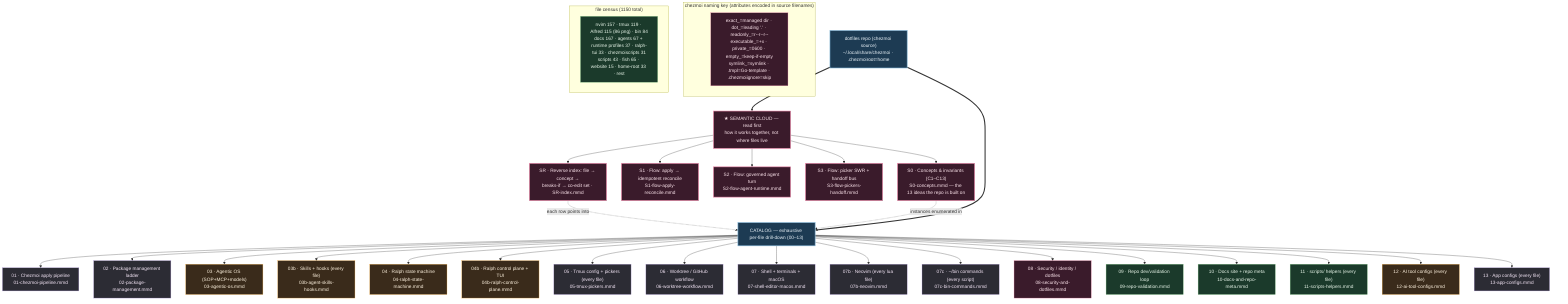
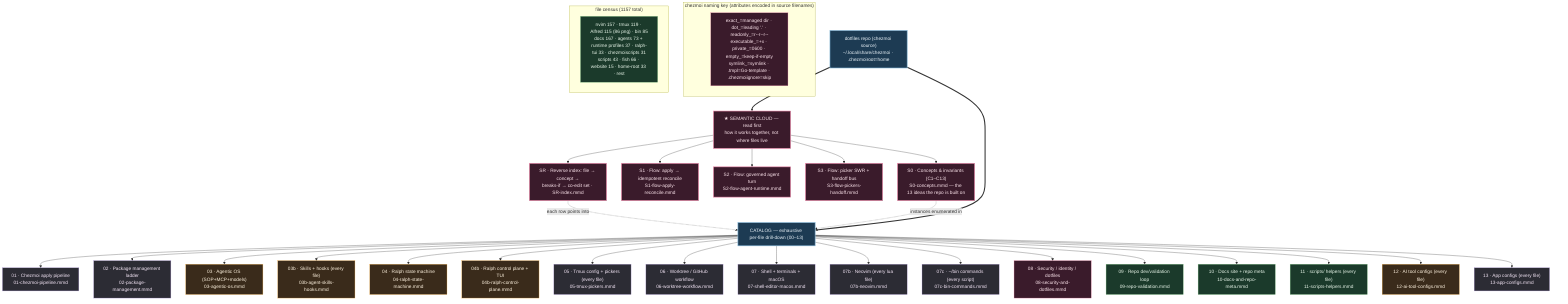
%% ============================================================================
%% 00-overview.mmd — Master navigation map for kapral18/dotfiles
%% TWO LAYERS:
%%   SEMANTIC CLOUD (read first) — how the system THINKS: concepts+invariants
%%     (S0), cross-cutting flows (S1/S2/S3), and a reverse index (SR) that maps
%%     any file to its concept, blast radius, and co-edit set.
%%   CATALOG (drill-down) — how the system is LAID OUT: 00-13 enumerate every
- %%     one of the 1150 tracked files by exact chezmoi source path.
+ %%     one of the 1157 tracked files by exact chezmoi source path.
%% `home/` is chezmoi source deployed to $HOME; scripts/tools/website/docs are
%% repo-side (NOT deployed). Each node → a deeper .mmd.
%% ============================================================================
graph TD
    classDef entry fill:#1d3b53,stroke:#7fb3d5,color:#eaf2f8,stroke-width:2px;
    classDef sys fill:#2c2c34,stroke:#b39ddb,color:#f3e5f5;
    classDef ai fill:#3a2b1b,stroke:#ffb74d,color:#fff3e0;
    classDef repo fill:#1b3a2b,stroke:#81c784,color:#e8f5e9;
    classDef data fill:#3a1b2b,stroke:#f48fb1,color:#fce4ec;
    classDef sem fill:#3a1b2b,stroke:#f48fb1,color:#fce4ec,stroke-width:2px;

    ROOT["dotfiles repo (chezmoi source)<br/>~/.local/share/chezmoi · .chezmoiroot=home"]:::entry

    %% ---- SEMANTIC LAYER (read before the catalog) --------------------------
    ROOT ==> SEMHEAD["★ SEMANTIC CLOUD — read first<br/>how it works together, not where files live"]:::sem
    SEMHEAD --> S0["S0 · Concepts & invariants (C1–C13)<br/>S0-concepts.mmd — the 13 ideas the repo is built on"]:::sem
    SEMHEAD --> S1["S1 · Flow: apply → idempotent reconcile<br/>S1-flow-apply-reconcile.mmd"]:::sem
    SEMHEAD --> S2["S2 · Flow: governed agent turn<br/>S2-flow-agent-runtime.mmd"]:::sem
    SEMHEAD --> S3["S3 · Flow: picker SWR + handoff bus<br/>S3-flow-pickers-handoff.mmd"]:::sem
    SEMHEAD --> SR["SR · Reverse index: file → concept →<br/>breaks-if → co-edit set · SR-index.mmd"]:::sem
    SR -. "each row points into" .-> CATHEAD
    S0 -. "instances enumerated in" .-> CATHEAD

    %% ---- CATALOG LAYER (exhaustive per-file drill-down) --------------------
    ROOT ==> CATHEAD["CATALOG — exhaustive per-file drill-down (00–13)"]:::entry

    CATHEAD --> CZ["01 · Chezmoi apply pipeline<br/>01-chezmoi-pipeline.mmd"]:::sys
    CATHEAD --> PKG["02 · Package management ladder<br/>02-package-management.mmd"]:::sys
    CATHEAD --> AIOS["03 · Agentic OS (SOP+MCP+models)<br/>03-agentic-os.mmd"]:::ai
    CATHEAD --> SKILLS["03b · Skills + hooks (every file)<br/>03b-agent-skills-hooks.mmd"]:::ai
    CATHEAD --> RALPH["04 · Ralph state machine<br/>04-ralph-state-machine.mmd"]:::ai
    CATHEAD --> RALPHCP["04b · Ralph control plane + TUI<br/>04b-ralph-control-plane.mmd"]:::ai
    CATHEAD --> TMUX["05 · Tmux config + pickers (every file)<br/>05-tmux-pickers.mmd"]:::sys
    CATHEAD --> WT["06 · Worktree / GitHub workflow<br/>06-worktree-workflow.mmd"]:::sys
    CATHEAD --> SEM["07 · Shell + terminals + macOS<br/>07-shell-editor-macos.mmd"]:::sys
    CATHEAD --> NVIM["07b · Neovim (every lua file)<br/>07b-neovim.mmd"]:::sys
    CATHEAD --> BIN["07c · ~/bin commands (every script)<br/>07c-bin-commands.mmd"]:::sys
    CATHEAD --> SEC["08 · Security / identity / dotfiles<br/>08-security-and-dotfiles.mmd"]:::data
    CATHEAD --> VAL["09 · Repo dev/validation loop<br/>09-repo-validation.mmd"]:::repo
    CATHEAD --> DOCS["10 · Docs site + repo meta<br/>10-docs-and-repo-meta.mmd"]:::repo
    CATHEAD --> SCRIPTS["11 · scripts/ helpers (every file)<br/>11-scripts-helpers.mmd"]:::repo
    CATHEAD --> AICFG["12 · AI tool configs (every file)<br/>12-ai-tool-configs.mmd"]:::ai
    CATHEAD --> APPS["13 · App configs (every file)<br/>13-app-configs.mmd"]:::sys

    subgraph KEY["chezmoi naming key (attributes encoded in source filenames)"]
        K1["exact_=managed dir · dot_=leading '.' · readonly_=r--r--r--<br/>executable_=+x · private_=0600 · empty_=keep-if-empty<br/>symlink_=symlink · .tmpl=Go-template · .chezmoiignore=skip"]:::data
    end

-     subgraph COUNTS["file census (1150 total)"]
-         C1["nvim 157 · tmux 119 · Alfred 115 (86 png) · bin 84<br/>docs 167 · agents 67 + runtime profiles 37 · ralph-tui 33 · chezmoiscripts 31<br/>scripts 43 · fish 65 · website 15 · home-root 33 · rest"]:::repo
+     subgraph COUNTS["file census (1157 total)"]
+         C1["nvim 157 · tmux 119 · Alfred 115 (86 png) · bin 85<br/>docs 167 · agents 73 + runtime profiles 37 · ralph-tui 33 · chezmoiscripts 31<br/>scripts 43 · fish 66 · website 15 · home-root 33 · rest"]:::repo
    end
